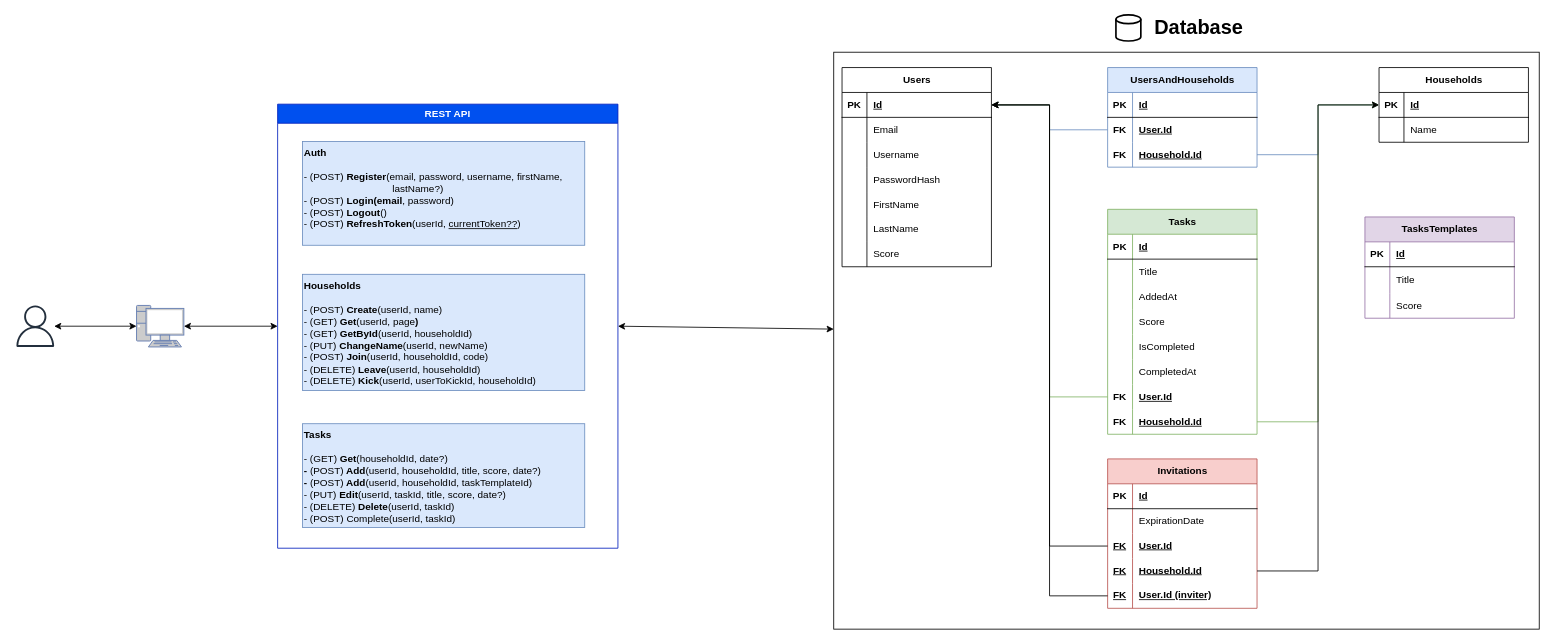
BBualdo/Fifty-Fifty keeps this draw.io diagram as Fifty-Fifty.drawio. Above is the earlier version. Source tidied: cells renumbered, new cells numbered last; positions are measured from the earlier drawing's top-left corner, leaving out a move shared by most shapes. Both pictures are drawn from the tidied source at 83%, with x=0, y=0 at pixel (14, 14).
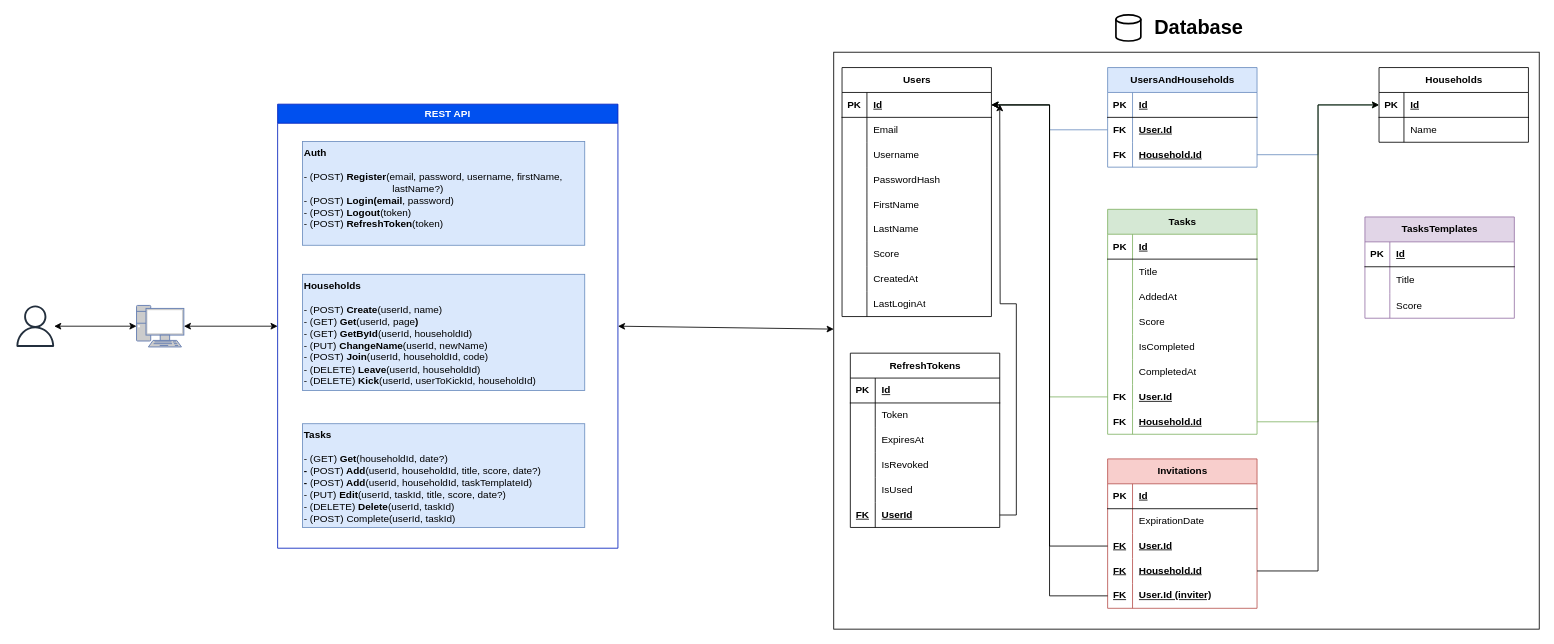
Above is the later version.

The change refers to these unchanged cells:
```xml
<mxCell id="4" value="REST API" style="swimlane;whiteSpace=wrap;html=1;fillColor=#0050ef;fontColor=#ffffff;strokeColor=#001DBC;" parent="1" vertex="1">
  <mxGeometry x="317" y="108" width="410" height="535" as="geometry" />
</mxCell>
<mxCell id="10" style="group;" parent="1" vertex="1">
  <mxGeometry x="987" y="10.5" width="850" height="730" as="geometry" />
</mxCell>
```

The edit, as a diff of the source:
```diff
@@
-    <mxCell id="6" value="&lt;div style=&quot;&quot;&gt;&lt;b style=&quot;background-color: initial;&quot;&gt;Auth&lt;/b&gt;&lt;/div&gt;&lt;div style=&quot;&quot;&gt;&lt;font style=&quot;font-size: 12px;&quot;&gt;&lt;b style=&quot;&quot;&gt;&lt;br&gt;&lt;/b&gt;&lt;/font&gt;&lt;/div&gt;&lt;div&gt;- (POST)&amp;nbsp;&lt;b&gt;Register&lt;/b&gt;(email, password, username, firstName, &lt;span style=&quot;white-space: pre;&quot;&gt;&#9;&lt;/span&gt;&lt;span style=&quot;white-space: pre;&quot;&gt;&#9;&lt;/span&gt;&lt;span style=&quot;white-space: pre;&quot;&gt;&#9;&lt;/span&gt;&lt;span style=&quot;white-space: pre;&quot;&gt;&#9;&lt;/span&gt;lastName?)&lt;/div&gt;&lt;div&gt;- (POST)&amp;nbsp;&lt;b&gt;Login(email&lt;/b&gt;, password)&lt;/div&gt;&lt;div&gt;- (POST)&amp;nbsp;&lt;b&gt;Logout&lt;/b&gt;()&lt;/div&gt;&lt;div&gt;- (POST)&amp;nbsp;&lt;b&gt;RefreshToken&lt;/b&gt;(userId, &lt;u&gt;currentToken??&lt;/u&gt;)&lt;/div&gt;&lt;div&gt;&lt;br&gt;&lt;/div&gt;" style="whiteSpace=wrap;html=1;align=left;verticalAlign=top;fillColor=#dae8fc;strokeColor=#6c8ebf;" parent="4" vertex="1">
+    <mxCell id="6" value="&lt;div style=&quot;&quot;&gt;&lt;b style=&quot;background-color: initial;&quot;&gt;Auth&lt;/b&gt;&lt;/div&gt;&lt;div style=&quot;&quot;&gt;&lt;font style=&quot;font-size: 12px;&quot;&gt;&lt;b style=&quot;&quot;&gt;&lt;br&gt;&lt;/b&gt;&lt;/font&gt;&lt;/div&gt;&lt;div&gt;- (POST)&amp;nbsp;&lt;b&gt;Register&lt;/b&gt;(email, password, username, firstName, &lt;span style=&quot;white-space: pre;&quot;&gt;&#9;&lt;/span&gt;&lt;span style=&quot;white-space: pre;&quot;&gt;&#9;&lt;/span&gt;&lt;span style=&quot;white-space: pre;&quot;&gt;&#9;&lt;/span&gt;&lt;span style=&quot;white-space: pre;&quot;&gt;&#9;&lt;/span&gt;lastName?)&lt;/div&gt;&lt;div&gt;- (POST)&amp;nbsp;&lt;b&gt;Login(email&lt;/b&gt;, password)&lt;/div&gt;&lt;div&gt;- (POST)&amp;nbsp;&lt;b&gt;Logout&lt;/b&gt;(token)&lt;/div&gt;&lt;div&gt;- (POST)&amp;nbsp;&lt;b&gt;RefreshToken&lt;/b&gt;(token)&lt;/div&gt;&lt;div&gt;&lt;br&gt;&lt;/div&gt;" style="whiteSpace=wrap;html=1;align=left;verticalAlign=top;fillColor=#dae8fc;strokeColor=#6c8ebf;" parent="4" vertex="1">
       <mxGeometry x="30" y="45" width="340" height="125" as="geometry" />
     </mxCell>
@@
     <mxCell id="12" value="Users" style="shape=table;startSize=30;childLayout=tableLayout;rowLines=0;fontStyle=1;align=center;html=1;" parent="10" vertex="1">
-      <mxGeometry x="10" y="53.4" width="180" height="240" as="geometry" />
+      <mxGeometry x="10" y="53.4" width="180" height="300" as="geometry" />
     </mxCell>
@@
+    <mxCell id="112" style="shape=tableRow;horizontal=0;startSize=0;swimlaneHead=0;swimlaneBody=0;fillColor=none;top=0;left=0;right=0;bottom=0;" parent="12" vertex="1">
+      <mxGeometry y="240" width="180" height="30" as="geometry" />
+    </mxCell>
+    <mxCell id="113" style="shape=partialRectangle;fillColor=none;top=0;left=0;bottom=0;right=0;overflow=hidden;whiteSpace=wrap;html=1;" parent="112" vertex="1">
+      <mxGeometry width="30" height="30" as="geometry" />
+    </mxCell>
+    <mxCell id="114" value="CreatedAt" style="shape=partialRectangle;fillColor=none;top=0;left=0;bottom=0;right=0;align=left;spacingLeft=6;overflow=hidden;whiteSpace=wrap;html=1;" parent="112" vertex="1">
+      <mxGeometry x="30" width="150" height="30" as="geometry" />
+    </mxCell>
+    <mxCell id="115" style="shape=tableRow;horizontal=0;startSize=0;swimlaneHead=0;swimlaneBody=0;fillColor=none;top=0;left=0;right=0;bottom=0;" parent="12" vertex="1">
+      <mxGeometry y="270" width="180" height="30" as="geometry" />
+    </mxCell>
+    <mxCell id="116" style="shape=partialRectangle;fillColor=none;top=0;left=0;bottom=0;right=0;overflow=hidden;whiteSpace=wrap;html=1;" parent="115" vertex="1">
+      <mxGeometry width="30" height="30" as="geometry" />
+    </mxCell>
+    <mxCell id="117" value="LastLoginAt" style="shape=partialRectangle;fillColor=none;top=0;left=0;bottom=0;right=0;align=left;spacingLeft=6;overflow=hidden;whiteSpace=wrap;html=1;" parent="115" vertex="1">
+      <mxGeometry x="30" width="150" height="30" as="geometry" />
+    </mxCell>
@@
+    <mxCell id="118" value="RefreshTokens" style="shape=table;startSize=30;childLayout=tableLayout;rowLines=0;fontStyle=1;align=center;html=1;" parent="10" vertex="1">
+      <mxGeometry x="20" y="397.5" width="180" height="210" as="geometry" />
+    </mxCell>
+    <mxCell id="119" style="shape=tableRow;horizontal=0;startSize=0;swimlaneHead=0;swimlaneBody=0;fillColor=none;top=0;left=0;right=0;bottom=1;" parent="118" vertex="1">
+      <mxGeometry y="30" width="180" height="30" as="geometry" />
+    </mxCell>
+    <mxCell id="120" value="PK" style="shape=partialRectangle;fillColor=none;top=0;left=0;bottom=0;right=0;fontStyle=1;overflow=hidden;whiteSpace=wrap;html=1;" parent="119" vertex="1">
+      <mxGeometry width="30" height="30" as="geometry" />
+    </mxCell>
+    <mxCell id="121" value="Id" style="shape=partialRectangle;fillColor=none;top=0;left=0;bottom=0;right=0;align=left;spacingLeft=6;fontStyle=5;overflow=hidden;whiteSpace=wrap;html=1;" parent="119" vertex="1">
+      <mxGeometry x="30" width="150" height="30" as="geometry" />
+    </mxCell>
+    <mxCell id="122" style="shape=tableRow;horizontal=0;startSize=0;swimlaneHead=0;swimlaneBody=0;fillColor=none;top=0;left=0;right=0;bottom=0;" parent="118" vertex="1">
+      <mxGeometry y="60" width="180" height="30" as="geometry" />
+    </mxCell>
+    <mxCell id="123" style="shape=partialRectangle;fillColor=none;top=0;left=0;bottom=0;right=0;overflow=hidden;whiteSpace=wrap;html=1;" parent="122" vertex="1">
+      <mxGeometry width="30" height="30" as="geometry" />
+    </mxCell>
+    <mxCell id="124" value="Token" style="shape=partialRectangle;fillColor=none;top=0;left=0;bottom=0;right=0;align=left;spacingLeft=6;overflow=hidden;whiteSpace=wrap;html=1;" parent="122" vertex="1">
+      <mxGeometry x="30" width="150" height="30" as="geometry" />
+    </mxCell>
+    <mxCell id="125" style="shape=tableRow;horizontal=0;startSize=0;swimlaneHead=0;swimlaneBody=0;fillColor=none;top=0;left=0;right=0;bottom=0;" parent="118" vertex="1">
+      <mxGeometry y="90" width="180" height="30" as="geometry" />
+    </mxCell>
+    <mxCell id="126" style="shape=partialRectangle;fillColor=none;top=0;left=0;bottom=0;right=0;overflow=hidden;whiteSpace=wrap;html=1;" parent="125" vertex="1">
+      <mxGeometry width="30" height="30" as="geometry" />
+    </mxCell>
+    <mxCell id="127" value="ExpiresAt" style="shape=partialRectangle;fillColor=none;top=0;left=0;bottom=0;right=0;align=left;spacingLeft=6;overflow=hidden;whiteSpace=wrap;html=1;" parent="125" vertex="1">
+      <mxGeometry x="30" width="150" height="30" as="geometry" />
+    </mxCell>
+    <mxCell id="128" style="shape=tableRow;horizontal=0;startSize=0;swimlaneHead=0;swimlaneBody=0;fillColor=none;top=0;left=0;right=0;bottom=0;" parent="118" vertex="1">
+      <mxGeometry y="120" width="180" height="30" as="geometry" />
+    </mxCell>
+    <mxCell id="129" style="shape=partialRectangle;fillColor=none;top=0;left=0;bottom=0;right=0;overflow=hidden;whiteSpace=wrap;html=1;" parent="128" vertex="1">
+      <mxGeometry width="30" height="30" as="geometry" />
+    </mxCell>
+    <mxCell id="130" value="IsRevoked" style="shape=partialRectangle;fillColor=none;top=0;left=0;bottom=0;right=0;align=left;spacingLeft=6;overflow=hidden;whiteSpace=wrap;html=1;" parent="128" vertex="1">
+      <mxGeometry x="30" width="150" height="30" as="geometry" />
+    </mxCell>
+    <mxCell id="131" style="shape=tableRow;horizontal=0;startSize=0;swimlaneHead=0;swimlaneBody=0;fillColor=none;top=0;left=0;right=0;bottom=0;" parent="118" vertex="1">
+      <mxGeometry y="150" width="180" height="30" as="geometry" />
+    </mxCell>
+    <mxCell id="132" style="shape=partialRectangle;fillColor=none;top=0;left=0;bottom=0;right=0;overflow=hidden;whiteSpace=wrap;html=1;" parent="131" vertex="1">
+      <mxGeometry width="30" height="30" as="geometry" />
+    </mxCell>
+    <mxCell id="133" value="IsUsed" style="shape=partialRectangle;fillColor=none;top=0;left=0;bottom=0;right=0;align=left;spacingLeft=6;overflow=hidden;whiteSpace=wrap;html=1;" parent="131" vertex="1">
+      <mxGeometry x="30" width="150" height="30" as="geometry" />
+    </mxCell>
+    <mxCell id="134" style="shape=tableRow;horizontal=0;startSize=0;swimlaneHead=0;swimlaneBody=0;fillColor=none;points=[[0,0.5],[1,0.5]];portConstraint=eastwest;top=0;left=0;right=0;bottom=0;" parent="118" vertex="1">
+      <mxGeometry y="180" width="180" height="30" as="geometry" />
+    </mxCell>
+    <mxCell id="135" value="FK" style="shape=partialRectangle;fillColor=none;top=0;left=0;bottom=0;right=0;overflow=hidden;whiteSpace=wrap;html=1;fontStyle=5;" parent="134" vertex="1">
+      <mxGeometry width="30" height="30" as="geometry" />
+    </mxCell>
+    <mxCell id="136" value="UserId" style="shape=partialRectangle;fillColor=none;top=0;left=0;bottom=0;right=0;align=left;spacingLeft=6;overflow=hidden;whiteSpace=wrap;html=1;fontStyle=5;" parent="134" vertex="1">
+      <mxGeometry x="30" width="150" height="30" as="geometry" />
+    </mxCell>
+    <mxCell id="137" style="edgeStyle=orthogonalEdgeStyle;rounded=0;jettySize=auto;html=1;" parent="10" edge="1" source="134">
+      <mxGeometry relative="1" as="geometry">
+        <mxPoint x="200" y="97.5" as="targetPoint" />
+      </mxGeometry>
+    </mxCell>
```
